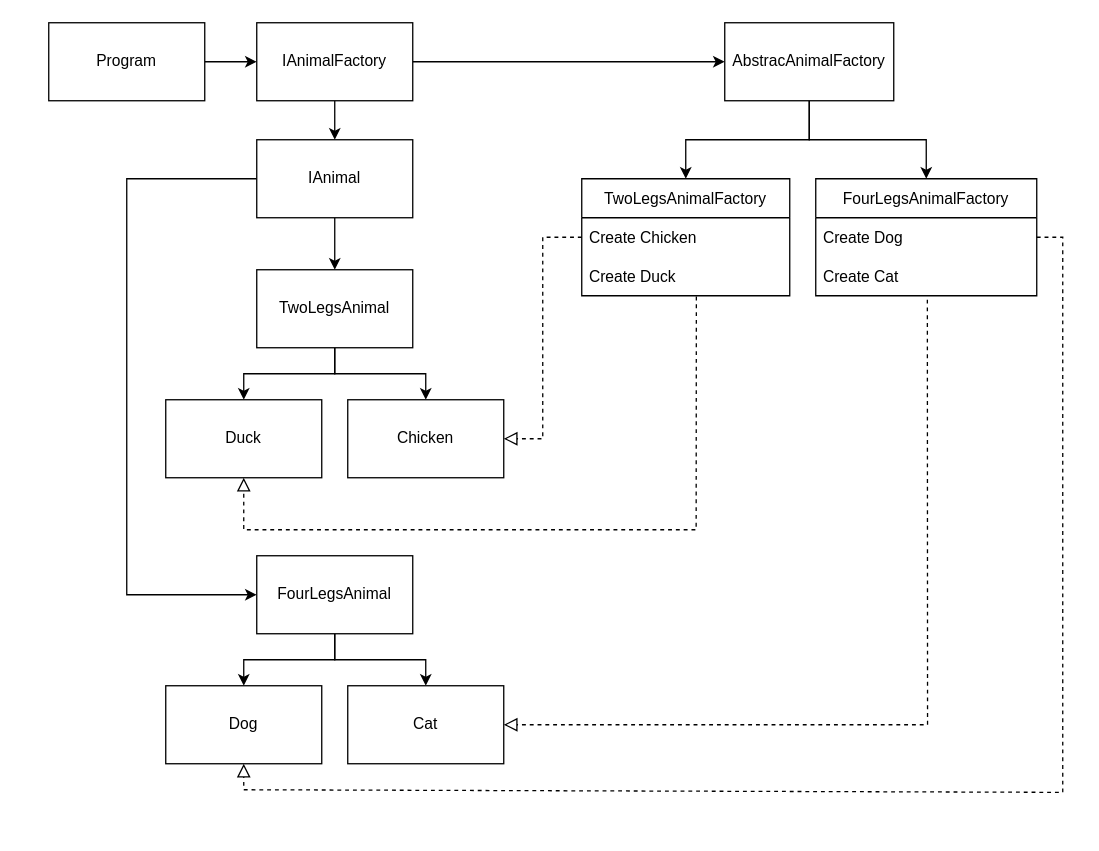
Earlier version of the draw.io diagram Abstract Factory.drawio (haihak/haihak). Source tidied: cells renumbered, new cells numbered last; positions are measured from the earlier drawing's top-left corner, leaving out a move shared by most shapes. Both pictures are drawn from the tidied source at 130%, with x=0, y=0 at pixel (48, 22).
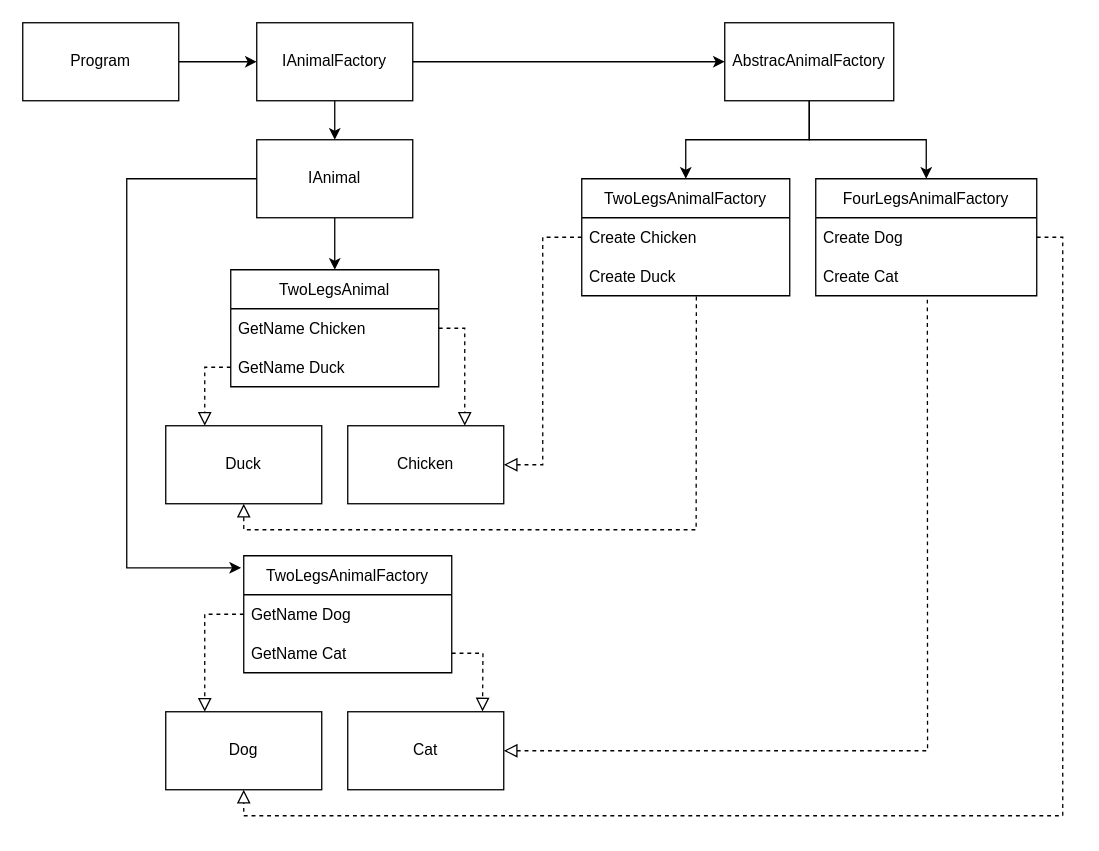
Above is the later version.

Unchanged cells that the change refers to:
```xml
<mxCell id="9" value="IAnimal" style="rounded=0;whiteSpace=wrap;html=1;" parent="1" vertex="1">
  <mxGeometry x="160" y="90" width="120" height="60" as="geometry" />
</mxCell>
<mxCell id="14" value="Create Chicken" style="text;strokeColor=none;fillColor=none;align=left;verticalAlign=middle;spacingLeft=4;spacingRight=4;overflow=hidden;points=[[0,0.5],[1,0.5]];portConstraint=eastwest;" parent="13" vertex="1">
  <mxGeometry y="30" width="160" height="30" as="geometry" />
</mxCell>
<mxCell id="17" value="Create Dog" style="text;strokeColor=none;fillColor=none;align=left;verticalAlign=middle;spacingLeft=4;spacingRight=4;overflow=hidden;points=[[0,0.5],[1,0.5]];portConstraint=eastwest;" parent="16" vertex="1">
  <mxGeometry y="30" width="170" height="30" as="geometry" />
</mxCell>
<mxCell id="18" value="Create Cat" style="text;strokeColor=none;fillColor=none;align=left;verticalAlign=middle;spacingLeft=4;spacingRight=4;overflow=hidden;points=[[0,0.5],[1,0.5]];portConstraint=eastwest;" parent="16" vertex="1">
  <mxGeometry y="60" width="170" height="30" as="geometry" />
</mxCell>
```

The edit, as a diff of the source:
```diff
@@
     <mxCell id="3" value="Program" style="rounded=0;whiteSpace=wrap;html=1;" parent="1" vertex="1">
-      <mxGeometry width="120" height="60" as="geometry" />
+      <mxGeometry x="-20" width="120" height="60" as="geometry" />
     </mxCell>
@@
-    <mxCell id="8" style="edgeStyle=orthogonalEdgeStyle;rounded=0;jettySize=auto;html=1;entryX=0;entryY=0.5;entryDx=0;entryDy=0;" parent="1" edge="1" source="9" target="24">
-      <mxGeometry relative="1" as="geometry">
-        <Array as="points">
-          <mxPoint x="60" y="120" />
-          <mxPoint x="60" y="440" />
-        </Array>
-      </mxGeometry>
-    </mxCell>
+    <mxCell id="33" style="edgeStyle=orthogonalEdgeStyle;rounded=0;jettySize=auto;html=1;entryX=-0.013;entryY=0.103;entryDx=0;entryDy=0;entryPerimeter=0;" parent="1" edge="1" source="9" target="38">
+      <mxGeometry relative="1" as="geometry">
+        <Array as="points">
+          <mxPoint x="60" y="120" />
+          <mxPoint x="60" y="420" />
+          <mxPoint x="148" y="420" />
+        </Array>
+      </mxGeometry>
+    </mxCell>
@@
-    <mxCell id="19" style="edgeStyle=orthogonalEdgeStyle;rounded=0;jettySize=auto;html=1;entryX=0.5;entryY=0;entryDx=0;entryDy=0;" parent="1" edge="1" source="21" target="25">
-      <mxGeometry relative="1" as="geometry" />
-    </mxCell>
-    <mxCell id="20" style="edgeStyle=orthogonalEdgeStyle;rounded=0;jettySize=auto;html=1;" parent="1" edge="1" source="21" target="26">
-      <mxGeometry relative="1" as="geometry" />
-    </mxCell>
-    <mxCell id="21" value="TwoLegsAnimal" style="rounded=0;whiteSpace=wrap;html=1;" parent="1" vertex="1">
-      <mxGeometry x="160" y="190" width="120" height="60" as="geometry" />
-    </mxCell>
-    <mxCell id="22" style="edgeStyle=orthogonalEdgeStyle;rounded=0;jettySize=auto;html=1;" parent="1" edge="1" source="24" target="30">
-      <mxGeometry relative="1" as="geometry" />
-    </mxCell>
-    <mxCell id="23" style="edgeStyle=orthogonalEdgeStyle;rounded=0;jettySize=auto;html=1;entryX=0.5;entryY=0;entryDx=0;entryDy=0;" parent="1" edge="1" source="24" target="29">
-      <mxGeometry relative="1" as="geometry" />
-    </mxCell>
-    <mxCell id="24" value="FourLegsAnimal" style="rounded=0;whiteSpace=wrap;html=1;" parent="1" vertex="1">
-      <mxGeometry x="160" y="410" width="120" height="60" as="geometry" />
-    </mxCell>
     <mxCell id="25" value="Duck" style="rounded=0;whiteSpace=wrap;html=1;" parent="1" vertex="1">
-      <mxGeometry x="90" y="290" width="120" height="60" as="geometry" />
+      <mxGeometry x="90" y="310" width="120" height="60" as="geometry" />
     </mxCell>
     <mxCell id="26" value="Chicken" style="rounded=0;whiteSpace=wrap;html=1;" parent="1" vertex="1">
-      <mxGeometry x="230" y="290" width="120" height="60" as="geometry" />
+      <mxGeometry x="230" y="310" width="120" height="60" as="geometry" />
     </mxCell>
     <mxCell id="27" style="endArrow=block;startArrow=none;endFill=0;startFill=0;endSize=8;html=1;verticalAlign=bottom;dashed=1;labelBackgroundColor=none;rounded=0;exitX=0;exitY=0.5;exitDx=0;exitDy=0;entryX=1;entryY=0.5;entryDx=0;entryDy=0;" parent="1" edge="1" source="14" target="26">
       <mxGeometry relative="1" as="geometry">
         <Array as="points">
           <mxPoint x="380" y="165" />
-          <mxPoint x="380" y="320" />
+          <mxPoint x="380" y="340" />
         </Array>
       </mxGeometry>
     </mxCell>
@@
     <mxCell id="29" value="Dog" style="rounded=0;whiteSpace=wrap;html=1;" parent="1" vertex="1">
-      <mxGeometry x="90" y="510" width="120" height="60" as="geometry" />
+      <mxGeometry x="90" y="530" width="120" height="60" as="geometry" />
     </mxCell>
     <mxCell id="30" value="Cat" style="rounded=0;whiteSpace=wrap;html=1;" parent="1" vertex="1">
-      <mxGeometry x="230" y="510" width="120" height="60" as="geometry" />
+      <mxGeometry x="230" y="530" width="120" height="60" as="geometry" />
     </mxCell>
     <mxCell id="31" style="endArrow=block;startArrow=none;endFill=0;startFill=0;endSize=8;html=1;verticalAlign=bottom;dashed=1;labelBackgroundColor=none;rounded=0;exitX=0.505;exitY=1.1;exitDx=0;exitDy=0;exitPerimeter=0;entryX=1;entryY=0.5;entryDx=0;entryDy=0;" parent="1" edge="1" source="18" target="30">
       <mxGeometry relative="1" as="geometry">
         <Array as="points">
-          <mxPoint x="676" y="540" />
+          <mxPoint x="676" y="560" />
         </Array>
       </mxGeometry>
     </mxCell>
     <mxCell id="32" style="endArrow=block;startArrow=none;endFill=0;startFill=0;endSize=8;html=1;verticalAlign=bottom;dashed=1;labelBackgroundColor=none;rounded=0;exitX=1;exitY=0.5;exitDx=0;exitDy=0;entryX=0.5;entryY=1;entryDx=0;entryDy=0;" parent="1" edge="1" source="17" target="29">
       <mxGeometry relative="1" as="geometry">
         <Array as="points">
           <mxPoint x="780" y="165" />
-          <mxPoint x="780" y="592" />
-          <mxPoint x="150" y="590" />
+          <mxPoint x="780" y="610" />
+          <mxPoint x="460" y="610" />
+          <mxPoint x="150" y="610" />
         </Array>
       </mxGeometry>
     </mxCell>
+    <mxCell id="21" value="TwoLegsAnimal" style="swimlane;fontStyle=0;horizontal=1;startSize=30;" parent="1" vertex="1">
+      <mxGeometry x="140" y="190" width="160" height="90" as="geometry" />
+    </mxCell>
+    <mxCell id="34" value="GetName Chicken" style="text;strokeColor=none;fillColor=none;align=left;verticalAlign=middle;spacingLeft=4;spacingRight=4;overflow=hidden;points=[[0,0.5],[1,0.5]];portConstraint=eastwest;" parent="21" vertex="1">
+      <mxGeometry y="30" width="160" height="30" as="geometry" />
+    </mxCell>
+    <mxCell id="35" value="GetName Duck" style="text;strokeColor=none;fillColor=none;align=left;verticalAlign=middle;spacingLeft=4;spacingRight=4;overflow=hidden;points=[[0,0.5],[1,0.5]];portConstraint=eastwest;" parent="21" vertex="1">
+      <mxGeometry y="60" width="160" height="30" as="geometry" />
+    </mxCell>
+    <mxCell id="36" style="endArrow=block;startArrow=none;endFill=0;startFill=0;endSize=8;html=1;verticalAlign=bottom;dashed=1;labelBackgroundColor=none;rounded=0;exitX=1;exitY=0.5;exitDx=0;exitDy=0;entryX=0.75;entryY=0;entryDx=0;entryDy=0;" parent="1" edge="1" source="34" target="26">
+      <mxGeometry relative="1" as="geometry">
+        <Array as="points">
+          <mxPoint x="320" y="235" />
+        </Array>
+      </mxGeometry>
+    </mxCell>
+    <mxCell id="37" style="endArrow=block;startArrow=none;endFill=0;startFill=0;endSize=8;html=1;verticalAlign=bottom;dashed=1;labelBackgroundColor=none;rounded=0;entryX=0.25;entryY=0;entryDx=0;entryDy=0;exitX=0;exitY=0.5;exitDx=0;exitDy=0;" parent="1" edge="1" source="35" target="25">
+      <mxGeometry relative="1" as="geometry">
+        <Array as="points">
+          <mxPoint x="120" y="265" />
+        </Array>
+      </mxGeometry>
+    </mxCell>
+    <mxCell id="38" value="TwoLegsAnimalFactory" style="swimlane;fontStyle=0;horizontal=1;startSize=30;" parent="1" vertex="1">
+      <mxGeometry x="150" y="410" width="160" height="90" as="geometry" />
+    </mxCell>
+    <mxCell id="39" value="GetName Dog" style="text;strokeColor=none;fillColor=none;align=left;verticalAlign=middle;spacingLeft=4;spacingRight=4;overflow=hidden;points=[[0,0.5],[1,0.5]];portConstraint=eastwest;" parent="38" vertex="1">
+      <mxGeometry y="30" width="160" height="30" as="geometry" />
+    </mxCell>
+    <mxCell id="40" value="GetName Cat" style="text;strokeColor=none;fillColor=none;align=left;verticalAlign=middle;spacingLeft=4;spacingRight=4;overflow=hidden;points=[[0,0.5],[1,0.5]];portConstraint=eastwest;" parent="38" vertex="1">
+      <mxGeometry y="60" width="160" height="30" as="geometry" />
+    </mxCell>
+    <mxCell id="41" style="endArrow=block;startArrow=none;endFill=0;startFill=0;endSize=8;html=1;verticalAlign=bottom;dashed=1;labelBackgroundColor=none;rounded=0;entryX=0.25;entryY=0;entryDx=0;entryDy=0;exitX=0;exitY=0.5;exitDx=0;exitDy=0;" parent="1" edge="1" source="39" target="29">
+      <mxGeometry relative="1" as="geometry">
+        <Array as="points">
+          <mxPoint x="120" y="455" />
+        </Array>
+      </mxGeometry>
+    </mxCell>
+    <mxCell id="42" style="endArrow=block;startArrow=none;endFill=0;startFill=0;endSize=8;html=1;verticalAlign=bottom;dashed=1;labelBackgroundColor=none;rounded=0;exitX=1;exitY=0.5;exitDx=0;exitDy=0;entryX=0.864;entryY=-0.004;entryDx=0;entryDy=0;entryPerimeter=0;" parent="1" edge="1" source="40" target="30">
+      <mxGeometry relative="1" as="geometry">
+        <Array as="points">
+          <mxPoint x="334" y="485" />
+        </Array>
+      </mxGeometry>
+    </mxCell>
```
